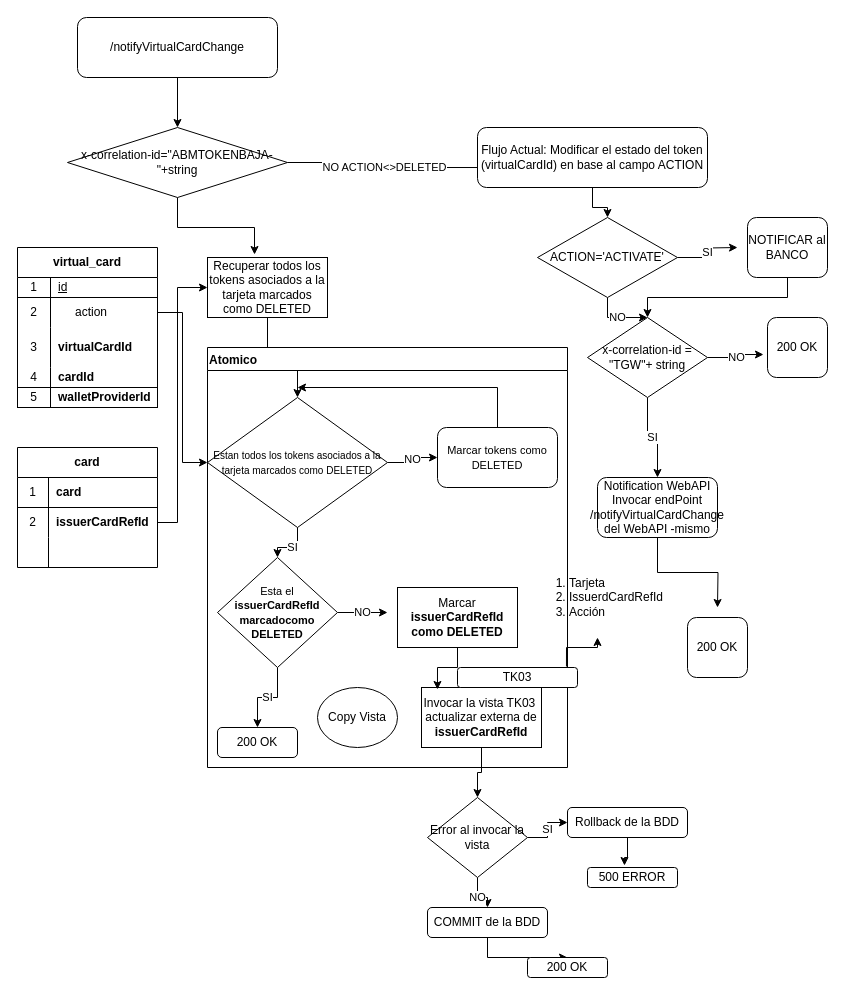
Earlier version of the draw.io diagram Diagramas/Tokenizacion-CicloDeVida.drawio (lejr77/RepositorioPrueba). Source tidied: cells renumbered, new cells numbered last; positions are measured from the earlier drawing's top-left corner, leaving out a move shared by most shapes. Both pictures are drawn from the tidied source at 100%, with x=0, y=0 at pixel (17, 17).
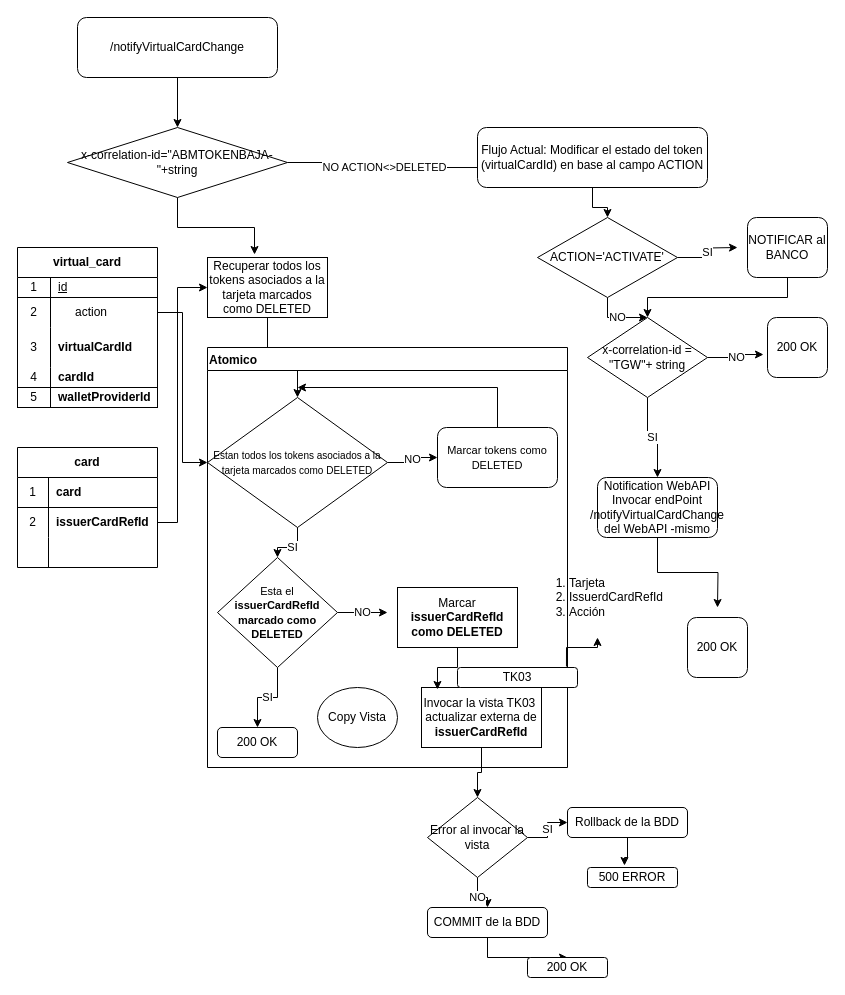
After the change.

Diff of the diagram source:
```diff
@@
-    <mxCell id="48" value="&lt;font style=&quot;font-size: 11px&quot;&gt;Esta el &lt;b&gt;issuerCardRefId marcadocomo DELETED&lt;br&gt;&lt;/b&gt;&lt;/font&gt;" style="rhombus;whiteSpace=wrap;html=1;align=center;" parent="1" vertex="1">
+    <mxCell id="48" value="&lt;font style=&quot;font-size: 11px&quot;&gt;Esta el &lt;b&gt;issuerCardRefId marcado como DELETED&lt;br&gt;&lt;/b&gt;&lt;/font&gt;" style="rhombus;whiteSpace=wrap;html=1;align=center;" parent="1" vertex="1">
       <mxGeometry x="200" y="540" width="120" height="110" as="geometry" />
     </mxCell>
```
